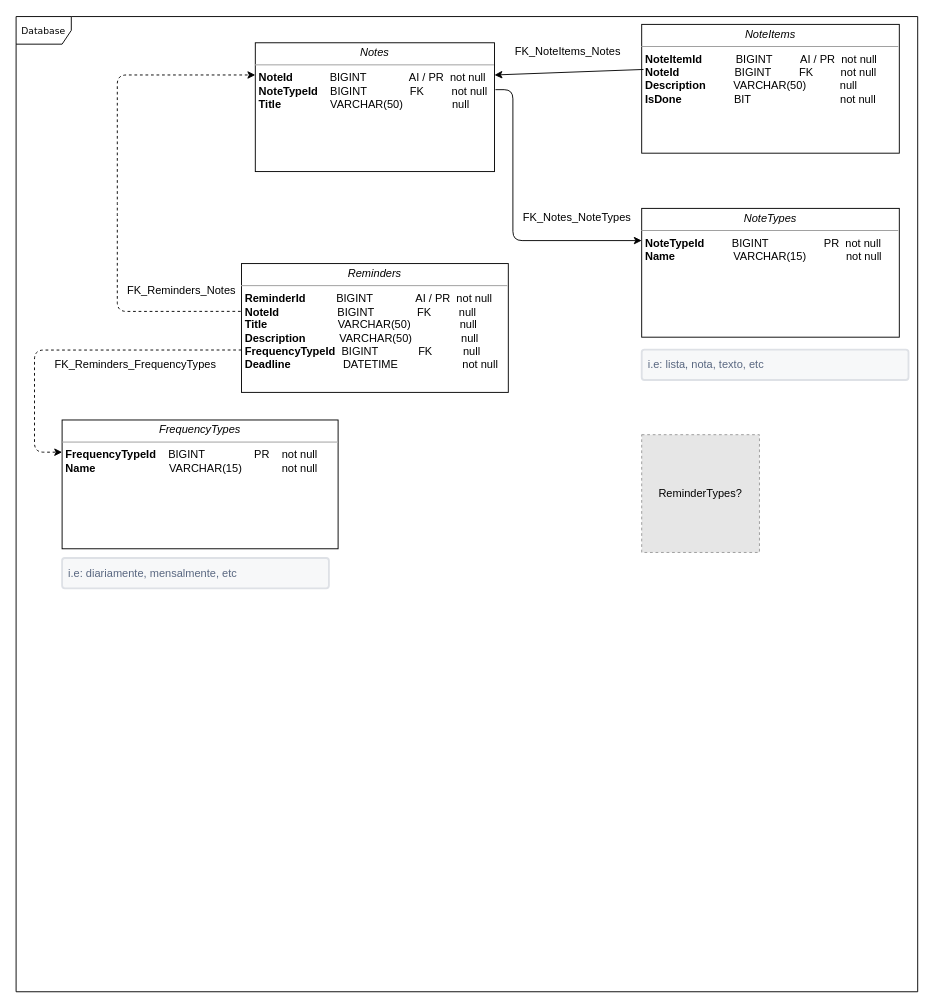
This is uml/database-mer.drawio from IgorMoura25/todo, a draw.io file, before an edit. Source tidied: cells renumbered, new cells numbered last; positions are measured from the earlier drawing's top-left corner, leaving out a move shared by most shapes. Both pictures are drawn from the tidied source at 92%, with x=0, y=0 at pixel (16, 17). Pictures stored in the file or linked from it are replaced by grey dashed boxes.
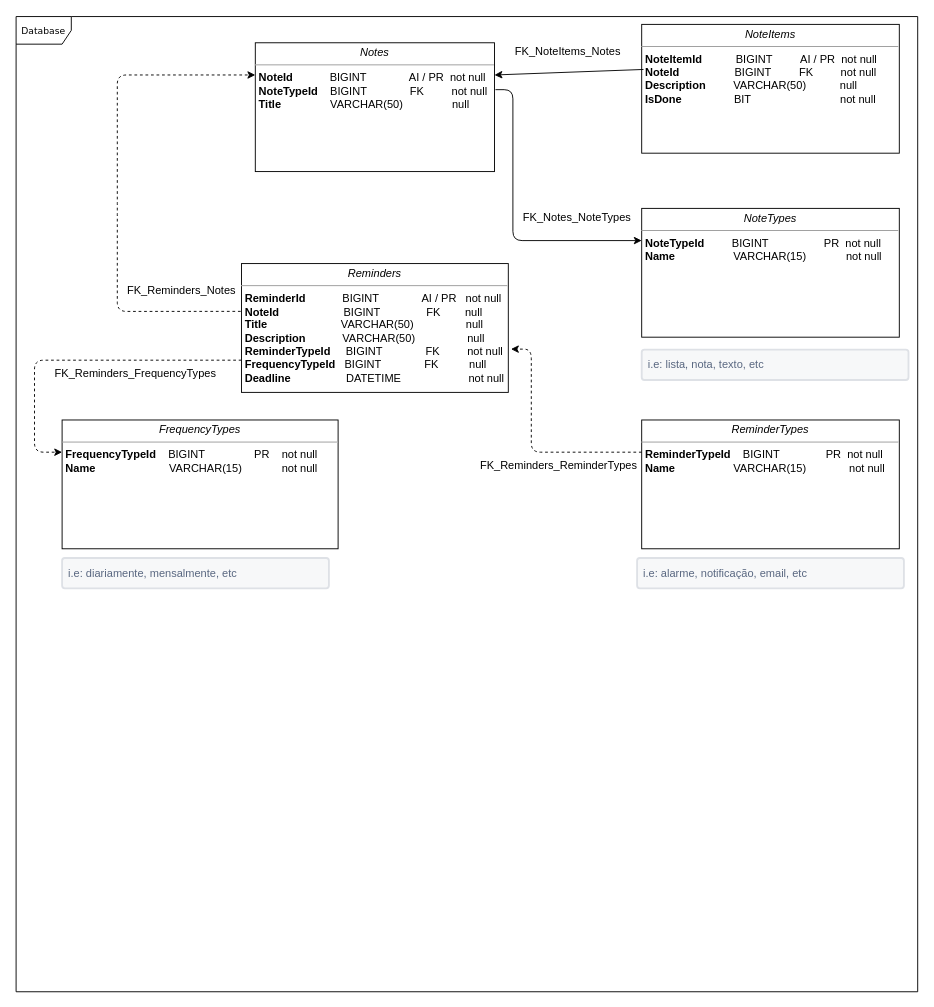
After the change.

Commit message:
Atualização do MER do banco

Diff of the diagram source:
```diff
@@
-    <mxCell id="10" value="&lt;p style=&quot;margin: 0px ; margin-top: 4px ; text-align: center&quot;&gt;&lt;i&gt;Reminders&lt;/i&gt;&lt;/p&gt;&lt;hr size=&quot;1&quot;&gt;&lt;p style=&quot;margin: 0px ; margin-left: 4px&quot;&gt;&lt;b&gt;ReminderId&amp;nbsp; &amp;nbsp; &amp;nbsp; &amp;nbsp; &amp;nbsp;&amp;nbsp;&lt;/b&gt;BIGINT&amp;nbsp; &amp;nbsp; &amp;nbsp; &amp;nbsp; &amp;nbsp; &amp;nbsp; &amp;nbsp; AI / PR&amp;nbsp; not null&lt;/p&gt;&lt;p style=&quot;margin: 0px ; margin-left: 4px&quot;&gt;&lt;b&gt;NoteId&amp;nbsp; &amp;nbsp; &amp;nbsp; &amp;nbsp; &amp;nbsp; &amp;nbsp; &amp;nbsp; &amp;nbsp; &amp;nbsp; &amp;nbsp;&lt;/b&gt;BIGINT&amp;nbsp; &amp;nbsp; &amp;nbsp; &amp;nbsp; &amp;nbsp; &amp;nbsp; &amp;nbsp; FK&amp;nbsp; &amp;nbsp; &amp;nbsp; &amp;nbsp; &amp;nbsp;null&lt;/p&gt;&lt;p style=&quot;margin: 0px ; margin-left: 4px&quot;&gt;&lt;b&gt;Title&lt;/b&gt;&amp;nbsp; &amp;nbsp; &amp;nbsp; &amp;nbsp; &amp;nbsp; &amp;nbsp; &amp;nbsp; &amp;nbsp; &amp;nbsp; &amp;nbsp; &amp;nbsp; &amp;nbsp;VARCHAR(50)&amp;nbsp; &amp;nbsp; &amp;nbsp; &amp;nbsp; &amp;nbsp; &amp;nbsp; &amp;nbsp; &amp;nbsp; null&lt;br&gt;&lt;/p&gt;&lt;p style=&quot;margin: 0px ; margin-left: 4px&quot;&gt;&lt;b&gt;Description&amp;nbsp; &amp;nbsp; &amp;nbsp; &amp;nbsp; &amp;nbsp; &amp;nbsp;&lt;/b&gt;VARCHAR(50)&amp;nbsp; &amp;nbsp; &amp;nbsp; &amp;nbsp; &amp;nbsp; &amp;nbsp; &amp;nbsp; &amp;nbsp; null&lt;/p&gt;&lt;p style=&quot;margin: 0px ; margin-left: 4px&quot;&gt;&lt;b&gt;FrequencyTypeId&amp;nbsp;&amp;nbsp;&lt;/b&gt;BIGINT&amp;nbsp; &amp;nbsp; &amp;nbsp; &amp;nbsp; &amp;nbsp; &amp;nbsp; &amp;nbsp;FK&amp;nbsp; &amp;nbsp; &amp;nbsp; &amp;nbsp; &amp;nbsp; null&lt;/p&gt;&lt;p style=&quot;margin: 0px ; margin-left: 4px&quot;&gt;&lt;b&gt;Deadline&amp;nbsp; &amp;nbsp; &amp;nbsp; &amp;nbsp; &amp;nbsp; &amp;nbsp; &amp;nbsp; &amp;nbsp; &amp;nbsp;&lt;/b&gt;DATETIME&amp;nbsp; &amp;nbsp; &amp;nbsp; &amp;nbsp; &amp;nbsp; &amp;nbsp; &amp;nbsp; &amp;nbsp; &amp;nbsp; &amp;nbsp; &amp;nbsp;not null&lt;/p&gt;" style="verticalAlign=top;align=left;overflow=fill;fontSize=12;fontFamily=Helvetica;html=1;rounded=0;shadow=0;comic=0;labelBackgroundColor=none;strokeWidth=1;" parent="1" vertex="1">
+    <mxCell id="10" value="&lt;p style=&quot;margin: 0px ; margin-top: 4px ; text-align: center&quot;&gt;&lt;i&gt;Reminders&lt;/i&gt;&lt;/p&gt;&lt;hr size=&quot;1&quot;&gt;&lt;p style=&quot;margin: 0px ; margin-left: 4px&quot;&gt;&lt;b&gt;ReminderId&amp;nbsp; &amp;nbsp; &amp;nbsp; &amp;nbsp; &amp;nbsp; &amp;nbsp; &lt;/b&gt;BIGINT&amp;nbsp; &amp;nbsp; &amp;nbsp; &amp;nbsp; &amp;nbsp; &amp;nbsp; &amp;nbsp; AI / PR&amp;nbsp; &amp;nbsp;not null&lt;/p&gt;&lt;p style=&quot;margin: 0px ; margin-left: 4px&quot;&gt;&lt;b&gt;NoteId&amp;nbsp; &amp;nbsp; &amp;nbsp; &amp;nbsp; &amp;nbsp; &amp;nbsp; &amp;nbsp; &amp;nbsp; &amp;nbsp; &amp;nbsp; &amp;nbsp;&lt;/b&gt;BIGINT&amp;nbsp; &amp;nbsp; &amp;nbsp; &amp;nbsp; &amp;nbsp; &amp;nbsp; &amp;nbsp; &amp;nbsp;FK&amp;nbsp; &amp;nbsp; &amp;nbsp; &amp;nbsp; null&lt;/p&gt;&lt;p style=&quot;margin: 0px ; margin-left: 4px&quot;&gt;&lt;b&gt;Title&lt;/b&gt;&amp;nbsp; &amp;nbsp; &amp;nbsp; &amp;nbsp; &amp;nbsp; &amp;nbsp; &amp;nbsp; &amp;nbsp; &amp;nbsp; &amp;nbsp; &amp;nbsp; &amp;nbsp; VARCHAR(50)&amp;nbsp; &amp;nbsp; &amp;nbsp; &amp;nbsp; &amp;nbsp; &amp;nbsp; &amp;nbsp; &amp;nbsp; &amp;nbsp;null&lt;br&gt;&lt;/p&gt;&lt;p style=&quot;margin: 0px ; margin-left: 4px&quot;&gt;&lt;b&gt;Description&amp;nbsp; &amp;nbsp; &amp;nbsp; &amp;nbsp; &amp;nbsp; &amp;nbsp;&amp;nbsp;&lt;/b&gt;VARCHAR(50)&amp;nbsp; &amp;nbsp; &amp;nbsp; &amp;nbsp; &amp;nbsp; &amp;nbsp; &amp;nbsp; &amp;nbsp; &amp;nbsp;null&lt;/p&gt;&lt;p style=&quot;margin: 0px ; margin-left: 4px&quot;&gt;&lt;b&gt;ReminderTypeId&amp;nbsp; &amp;nbsp; &amp;nbsp;&lt;/b&gt;BIGINT&amp;nbsp; &amp;nbsp; &amp;nbsp; &amp;nbsp; &amp;nbsp; &amp;nbsp; &amp;nbsp; FK&amp;nbsp; &amp;nbsp; &amp;nbsp; &amp;nbsp; &amp;nbsp;not null&lt;br&gt;&lt;/p&gt;&lt;p style=&quot;margin: 0px ; margin-left: 4px&quot;&gt;&lt;b&gt;FrequencyTypeId&amp;nbsp; &amp;nbsp;&lt;/b&gt;BIGINT&amp;nbsp; &amp;nbsp; &amp;nbsp; &amp;nbsp; &amp;nbsp; &amp;nbsp; &amp;nbsp; FK&amp;nbsp; &amp;nbsp; &amp;nbsp; &amp;nbsp; &amp;nbsp; null&lt;/p&gt;&lt;p style=&quot;margin: 0px ; margin-left: 4px&quot;&gt;&lt;b&gt;Deadline&amp;nbsp; &amp;nbsp; &amp;nbsp; &amp;nbsp; &amp;nbsp; &amp;nbsp; &amp;nbsp; &amp;nbsp; &amp;nbsp;&amp;nbsp;&lt;/b&gt;DATETIME&amp;nbsp; &amp;nbsp; &amp;nbsp; &amp;nbsp; &amp;nbsp; &amp;nbsp; &amp;nbsp; &amp;nbsp; &amp;nbsp; &amp;nbsp; &amp;nbsp; not null&lt;/p&gt;" style="verticalAlign=top;align=left;overflow=fill;fontSize=12;fontFamily=Helvetica;html=1;rounded=0;shadow=0;comic=0;labelBackgroundColor=none;strokeWidth=1;" parent="1" vertex="1">
       <mxGeometry x="245" y="268" width="290" height="140" as="geometry" />
     </mxCell>
@@
-    <mxCell id="14" style="html=1;labelBackgroundColor=#ffffff;startArrow=none;startFill=0;startSize=6;endArrow=classic;endFill=1;endSize=6;jettySize=auto;strokeWidth=1;dashed=1;fontSize=14;exitX=0;exitY=0.671;exitDx=0;exitDy=0;exitPerimeter=0;" parent="1" edge="1" source="10">
+    <mxCell id="14" style="html=1;labelBackgroundColor=#ffffff;startArrow=none;startFill=0;startSize=6;endArrow=classic;endFill=1;endSize=6;jettySize=auto;strokeWidth=1;dashed=1;fontSize=14;exitX=0;exitY=0.75;exitDx=0;exitDy=0;" parent="1" edge="1" source="10">
       <mxGeometry relative="1" as="geometry">
         <mxPoint x="50" y="473" as="targetPoint" />
         <Array as="points">
-          <mxPoint x="20" y="362" />
+          <mxPoint x="20" y="373" />
           <mxPoint x="20" y="473" />
         </Array>
       </mxGeometry>
     </mxCell>
     <mxCell id="15" value="FK_Reminders_FrequencyTypes" style="text;html=1;strokeColor=none;fillColor=none;align=center;verticalAlign=middle;whiteSpace=wrap;rounded=0;" parent="1" vertex="1">
-      <mxGeometry x="110" y="368" width="40" height="20" as="geometry" />
+      <mxGeometry x="110" y="378" width="40" height="20" as="geometry" />
     </mxCell>
@@
-    <mxCell id="18" style="fillColor=#E6E6E6;strokeColor=#999999;dashed=1;html=1;verticalAlign=top;verticalLabelPosition=bottom;labelBackgroundColor=#ffffff;" parent="1" vertex="1">
-      <mxGeometry x="680" y="454" width="128" height="128" as="geometry" />
-    </mxCell>
-    <mxCell id="19" value="ReminderTypes?" style="text;html=1;strokeColor=none;fillColor=none;align=center;verticalAlign=middle;whiteSpace=wrap;rounded=0;" parent="1" vertex="1">
-      <mxGeometry x="724" y="508" width="40" height="20" as="geometry" />
-    </mxCell>
+    <mxCell id="20" value="&lt;p style=&quot;margin: 0px ; margin-top: 4px ; text-align: center&quot;&gt;&lt;i&gt;ReminderTypes&lt;/i&gt;&lt;/p&gt;&lt;hr size=&quot;1&quot;&gt;&lt;p style=&quot;margin: 0px ; margin-left: 4px&quot;&gt;&lt;b&gt;ReminderTypeId&amp;nbsp; &amp;nbsp;&amp;nbsp;&lt;/b&gt;BIGINT&amp;nbsp; &amp;nbsp; &amp;nbsp; &amp;nbsp; &amp;nbsp; &amp;nbsp; &amp;nbsp; &amp;nbsp;PR&amp;nbsp; not null&lt;/p&gt;&lt;p style=&quot;margin: 0px ; margin-left: 4px&quot;&gt;&lt;b&gt;Name&lt;/b&gt;&amp;nbsp; &amp;nbsp; &amp;nbsp; &amp;nbsp; &amp;nbsp; &amp;nbsp; &amp;nbsp; &amp;nbsp; &amp;nbsp; &amp;nbsp;VARCHAR(15)&amp;nbsp; &amp;nbsp; &amp;nbsp; &amp;nbsp; &amp;nbsp; &amp;nbsp; &amp;nbsp; not null&lt;/p&gt;" style="verticalAlign=top;align=left;overflow=fill;fontSize=12;fontFamily=Helvetica;html=1;rounded=0;shadow=0;comic=0;labelBackgroundColor=none;strokeWidth=1;" parent="1" vertex="1">
+      <mxGeometry x="680" y="438" width="280" height="140" as="geometry" />
+    </mxCell>
+    <mxCell id="21" style="html=1;labelBackgroundColor=#ffffff;startArrow=none;startFill=0;startSize=6;endArrow=classic;endFill=1;endSize=6;jettySize=auto;strokeWidth=1;dashed=1;fontSize=14;exitX=0;exitY=0.25;exitDx=0;exitDy=0;entryX=1.01;entryY=0.664;entryDx=0;entryDy=0;entryPerimeter=0;" parent="1" edge="1" source="20" target="10">
+      <mxGeometry relative="1" as="geometry">
+        <Array as="points">
+          <mxPoint x="560" y="473" />
+          <mxPoint x="560" y="361" />
+        </Array>
+      </mxGeometry>
+    </mxCell>
+    <mxCell id="22" value="FK_Reminders_ReminderTypes" style="text;html=1;strokeColor=none;fillColor=none;align=center;verticalAlign=middle;whiteSpace=wrap;rounded=0;" parent="1" vertex="1">
+      <mxGeometry x="570" y="478" width="40" height="20" as="geometry" />
+    </mxCell>
+    <mxCell id="23" value="i.e: alarme, notificação, email, etc" style="rounded=1;arcSize=9;fillColor=#F7F8F9;align=left;spacingLeft=5;strokeColor=#DEE1E6;html=1;strokeWidth=2;fontColor=#596780;fontSize=12;" parent="1" vertex="1">
+      <mxGeometry x="675" y="588" width="290" height="33" as="geometry" />
+    </mxCell>
```
